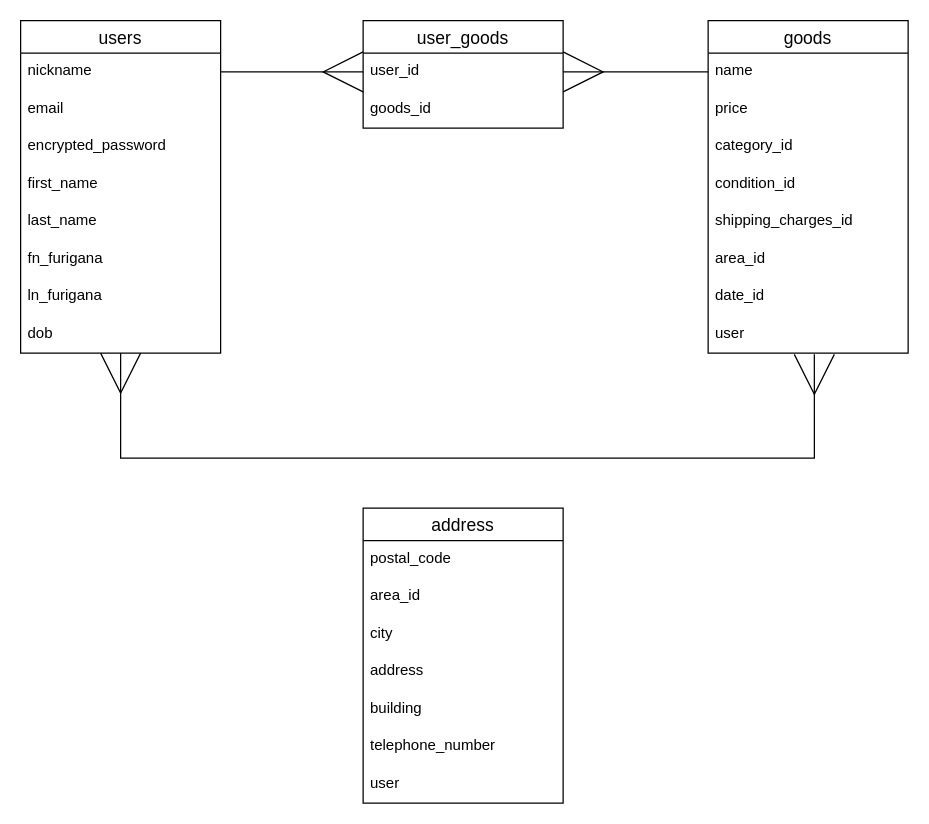
Above: database.dio in taiyakio/furima-36787 (draw.io), before the change. Source tidied: cells renumbered, new cells numbered last; positions are measured from the earlier drawing's top-left corner, leaving out a move shared by most shapes. Both pictures are drawn from the tidied source at 125%, with x=0, y=0 at pixel (20, 20).
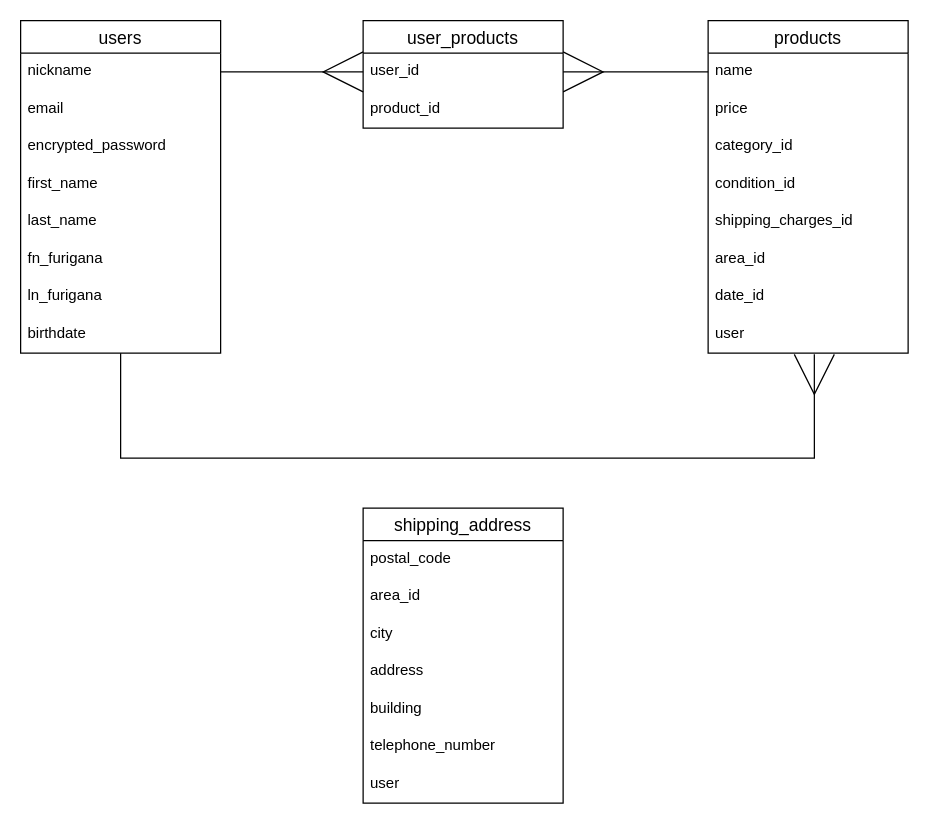
The same page after the edit.

Commit message (it also covers changes not shown here):
READMEとRE図の修正

The change refers to these unchanged cells:
```xml
<mxCell id="4" value="users" style="swimlane;fontStyle=0;horizontal=1;startSize=26;align=center;fontSize=14;" parent="1" vertex="1">
  <mxGeometry width="160" height="266" as="geometry" />
</mxCell>
<mxCell id="29" value="user" style="text;strokeColor=none;fillColor=none;spacingLeft=4;spacingRight=4;overflow=hidden;points=[[0,0.5],[1,0.5]];portConstraint=eastwest;fontSize=12;" parent="21" vertex="1">
  <mxGeometry y="236" width="160" height="30" as="geometry" />
</mxCell>
```

Diff of the diagram source:
```diff
@@
-    <mxCell id="3" style="edgeStyle=orthogonalEdgeStyle;rounded=0;jettySize=auto;html=1;entryX=0.531;entryY=1.033;entryDx=0;entryDy=0;entryPerimeter=0;startArrow=ERmany;startFill=0;endArrow=ERmany;endFill=0;startSize=30;endSize=30;sourcePerimeterSpacing=0;strokeWidth=1;" parent="1" edge="1" source="4" target="29">
+    <mxCell id="3" style="edgeStyle=orthogonalEdgeStyle;rounded=0;jettySize=auto;html=1;entryX=0.531;entryY=1.033;entryDx=0;entryDy=0;entryPerimeter=0;startArrow=none;startFill=0;endArrow=ERmany;endFill=0;startSize=30;endSize=30;sourcePerimeterSpacing=0;strokeWidth=1;" parent="1" edge="1" source="4" target="29">
       <mxGeometry relative="1" as="geometry">
         <Array as="points">
           <mxPoint x="80" y="350" />
           <mxPoint x="635" y="350" />
         </Array>
       </mxGeometry>
     </mxCell>
@@
-    <mxCell id="12" value="dob" style="text;strokeColor=none;fillColor=none;spacingLeft=4;spacingRight=4;overflow=hidden;fontSize=12;" parent="4" vertex="1">
+    <mxCell id="12" value="birthdate" style="text;strokeColor=none;fillColor=none;spacingLeft=4;spacingRight=4;overflow=hidden;fontSize=12;" parent="4" vertex="1">
       <mxGeometry y="236" width="160" height="30" as="geometry" />
     </mxCell>
-    <mxCell id="13" value="address" style="swimlane;fontStyle=0;horizontal=1;startSize=26;align=center;fontSize=14;" parent="1" vertex="1">
+    <mxCell id="13" value="shipping_address" style="swimlane;fontStyle=0;horizontal=1;startSize=26;align=center;fontSize=14;" parent="1" vertex="1">
       <mxGeometry x="274" y="390" width="160" height="236" as="geometry" />
     </mxCell>
@@
-    <mxCell id="21" value="goods" style="swimlane;fontStyle=0;horizontal=1;startSize=26;align=center;fontSize=14;" parent="1" vertex="1">
+    <mxCell id="21" value="products" style="swimlane;fontStyle=0;horizontal=1;startSize=26;align=center;fontSize=14;" parent="1" vertex="1">
       <mxGeometry x="550" width="160" height="266" as="geometry" />
     </mxCell>
@@
-    <mxCell id="31" value="user_goods" style="swimlane;fontStyle=0;horizontal=1;startSize=26;align=center;fontSize=14;" parent="1" vertex="1">
+    <mxCell id="31" value="user_products" style="swimlane;fontStyle=0;horizontal=1;startSize=26;align=center;fontSize=14;" parent="1" vertex="1">
       <mxGeometry x="274" width="160" height="86" as="geometry" />
     </mxCell>
@@
-    <mxCell id="33" value="goods_id" style="text;strokeColor=none;fillColor=none;spacingLeft=4;spacingRight=4;overflow=hidden;fontSize=12;" parent="31" vertex="1">
+    <mxCell id="33" value="product_id" style="text;strokeColor=none;fillColor=none;spacingLeft=4;spacingRight=4;overflow=hidden;fontSize=12;" parent="31" vertex="1">
       <mxGeometry y="56" width="160" height="30" as="geometry" />
     </mxCell>
```
